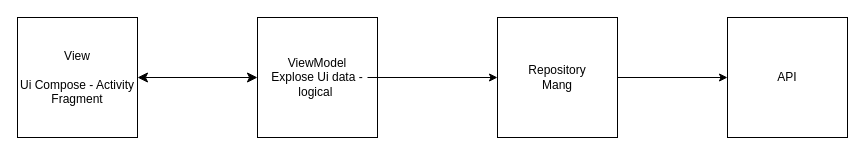
The draw.io diagram JOIEFULL_Diagram.drawio in CodeStarter40/JoieFull, before the edit. Source tidied: cells renumbered, new cells numbered last; positions are measured from the earlier drawing's top-left corner, leaving out a move shared by most shapes. Both pictures are drawn from the tidied source at 100%, with x=0, y=0 at pixel (17, 17).
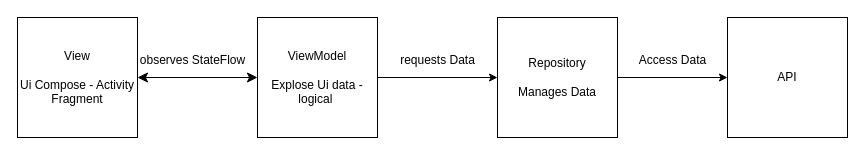
The same diagram, later.

Commit message:
Mettre à jour JOIEFULL_Diagram.drawio

What changed in the source:
```diff
@@
 <mxGraphModel>
   <root>
     <mxCell id="0" />
     <mxCell id="1" parent="0" />
-    <mxCell id="2" value="ViewModel&lt;div&gt;Explose Ui data - logical&amp;nbsp;&lt;/div&gt;" style="html=1;whiteSpace=wrap;" parent="1" vertex="1">
+    <mxCell id="2" value="ViewModel&lt;div&gt;&lt;br&gt;&lt;div&gt;Explose Ui data - logical&amp;nbsp;&lt;/div&gt;&lt;/div&gt;" style="html=1;whiteSpace=wrap;" parent="1" vertex="1">
       <mxGeometry x="240" width="120" height="120" as="geometry" />
     </mxCell>
-    <mxCell id="3" value="Repository&lt;div&gt;Mang&lt;/div&gt;" style="html=1;whiteSpace=wrap;" parent="1" vertex="1">
+    <mxCell id="3" value="Repository&lt;div&gt;&lt;br&gt;&lt;div&gt;Manages Data&lt;/div&gt;&lt;/div&gt;" style="html=1;whiteSpace=wrap;" parent="1" vertex="1">
       <mxGeometry x="480" width="120" height="120" as="geometry" />
     </mxCell>
     <mxCell id="4" value="View&lt;div&gt;&lt;br&gt;&lt;/div&gt;&lt;div&gt;Ui Compose - Activity Fragment&lt;/div&gt;" style="html=1;whiteSpace=wrap;" parent="1" vertex="1">
       <mxGeometry width="120" height="120" as="geometry" />
     </mxCell>
     <mxCell id="5" value="API" style="html=1;whiteSpace=wrap;" parent="1" vertex="1">
       <mxGeometry x="710" width="120" height="120" as="geometry" />
     </mxCell>
     <mxCell id="6" style="edgeStyle=none;jettySize=auto;html=1;endArrow=classic;startArrow=classic;endSize=8;startSize=8;rounded=0;exitX=1;exitY=0.5;exitDx=0;exitDy=0;entryX=0;entryY=0.5;entryDx=0;entryDy=0;" parent="1" edge="1" source="4" target="2">
       <mxGeometry relative="1" as="geometry" />
     </mxCell>
     <mxCell id="7" style="edgeStyle=none;jettySize=auto;html=1;rounded=0;entryX=0;entryY=0.5;entryDx=0;entryDy=0;" parent="1" edge="1" target="3">
       <mxGeometry relative="1" as="geometry">
-        <mxPoint x="350" y="60" as="sourcePoint" />
+        <mxPoint x="360" y="60" as="sourcePoint" />
       </mxGeometry>
     </mxCell>
     <mxCell id="8" style="edgeStyle=none;jettySize=auto;html=1;rounded=0;exitX=1;exitY=0.5;exitDx=0;exitDy=0;entryX=0;entryY=0.5;entryDx=0;entryDy=0;" parent="1" edge="1" source="3" target="5">
       <mxGeometry relative="1" as="geometry" />
     </mxCell>
+    <mxCell id="9" value="observes StateFlow" style="text;html=1;align=center;verticalAlign=middle;strokeColor=none;fillColor=none;" parent="1" vertex="1">
+      <mxGeometry x="110" y="28" width="130" height="30" as="geometry" />
+    </mxCell>
+    <mxCell id="10" value="requests Data" style="text;html=1;align=center;verticalAlign=middle;strokeColor=none;fillColor=none;" parent="1" vertex="1">
+      <mxGeometry x="370" y="28" width="100" height="30" as="geometry" />
+    </mxCell>
+    <mxCell id="11" value="Access Data" style="text;html=1;align=center;verticalAlign=middle;strokeColor=none;fillColor=none;" parent="1" vertex="1">
+      <mxGeometry x="610" y="28" width="90" height="30" as="geometry" />
+    </mxCell>
   </root>
 </mxGraphModel>
```
